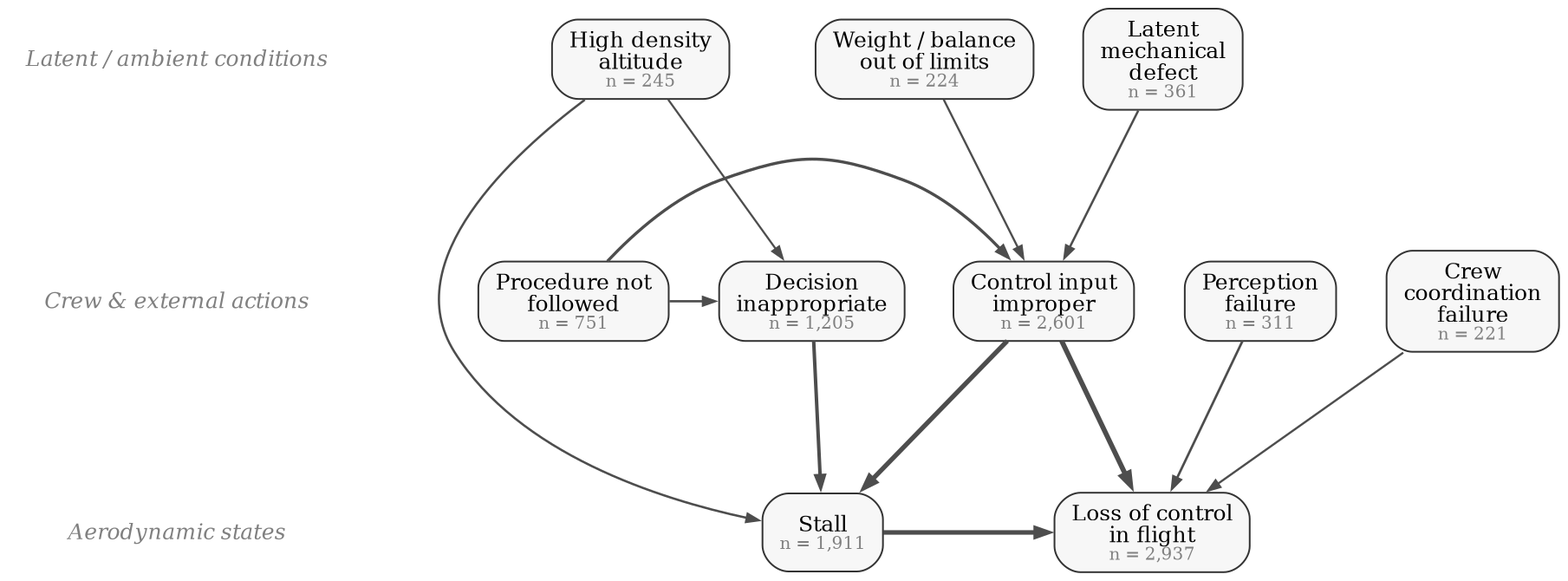
Above: event_extraction/out/causation_kg/figures/dag_LOC-I_top.png in YutianPangASU/AviationSafetyReportKnowledgeGraph (Graphviz), before the change. Its source is kept beside it as event_extraction/out/causation_kg/figures/dag_LOC-I_top.gv.
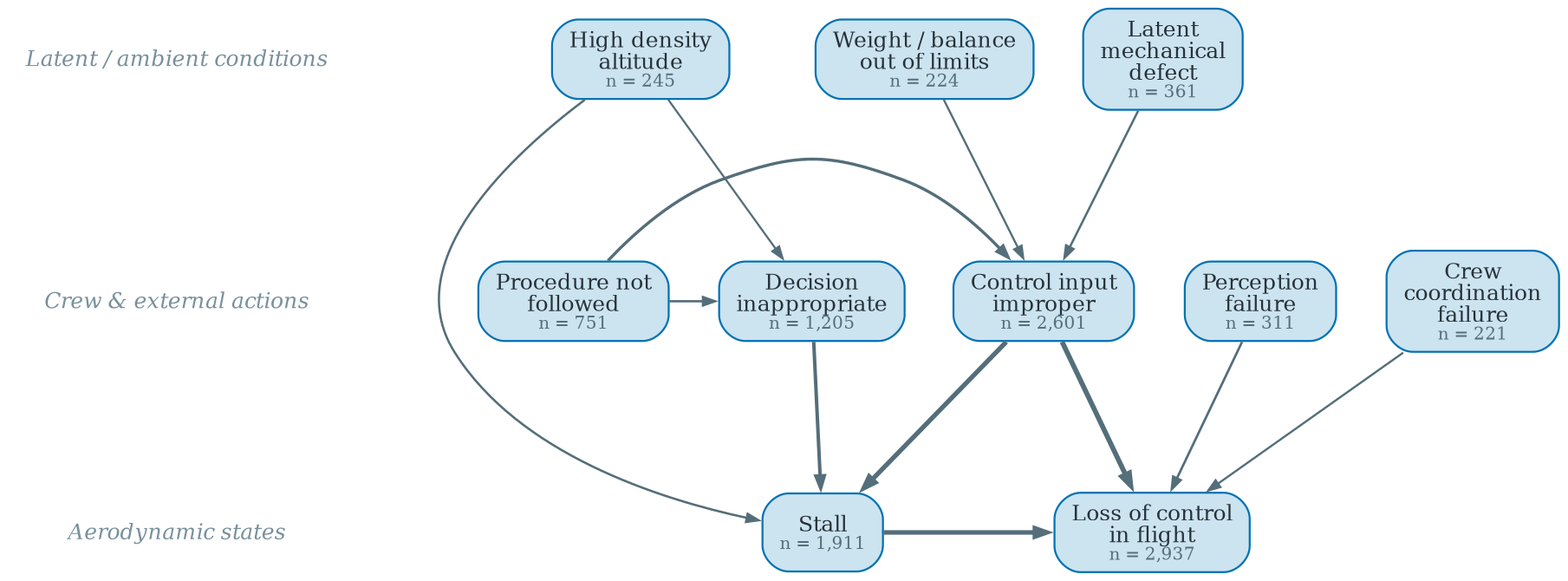
After the change.

The edit, as a diff of the source:
```diff
@@ -1,26 +1,26 @@
 digraph G {
   rankdir=TB; splines=spline; nodesep=0.32; ranksep=0.9;
   bgcolor="white";
-  node [shape=box, style="rounded,filled", fillcolor="#f7f7f7", color="#333333", penwidth=0.8, fontname="Times-Roman", fontsize=10, margin="0.11,0.06"];
-  edge [color="#4d4d4d", arrowsize=0.55, fontname="Times-Roman", fontsize=8, fontcolor="#4d4d4d"];
-  tier1 [shape=plaintext, style="", fillcolor=none, fontname="Times-Italic", fontsize=10, fontcolor="#808080", label="Latent / ambient conditions"];
+  node [shape=box, style="rounded,filled", fillcolor="#CCE3F0", color="#0072B2", penwidth=0.9, fontname="Times-Roman", fontsize=10, fontcolor="#263238", margin="0.11,0.06"];
+  edge [color="#546E7A", arrowsize=0.55, fontname="Times-Roman", fontsize=8, fontcolor="#546E7A"];
+  tier1 [shape=plaintext, style="", fillcolor=none, fontname="Times-Italic", fontsize=10, fontcolor="#78909C", label="Latent / ambient conditions"];
   { rank=same; tier1; "LATENT_MECHANICAL_DEFECT" "AIRCRAFT_WEIGHT_OR_BALANCE_OUT_OF_LIMITS" "HIGH_DENSITY_ALTITUDE" }
-  tier3 [shape=plaintext, style="", fillcolor=none, fontname="Times-Italic", fontsize=10, fontcolor="#808080", label="Crew & external actions"];
+  tier3 [shape=plaintext, style="", fillcolor=none, fontname="Times-Italic", fontsize=10, fontcolor="#78909C", label="Crew & external actions"];
   { rank=same; tier3; "DECISION_INAPPROPRIATE" "CONTROL_INPUT_IMPROPER" "PROCEDURE_NOT_FOLLOWED" "PERCEPTION_FAILURE" "CREW_COORDINATION_FAILURE" }
   tier1 -> tier3 [style=invis];
-  tier5 [shape=plaintext, style="", fillcolor=none, fontname="Times-Italic", fontsize=10, fontcolor="#808080", label="Aerodynamic states"];
+  tier5 [shape=plaintext, style="", fillcolor=none, fontname="Times-Italic", fontsize=10, fontcolor="#78909C", label="Aerodynamic states"];
   { rank=same; tier5; "STALL" "LOSS_OF_CONTROL_INFLIGHT" }
   tier3 -> tier5 [style=invis];
-  "AIRCRAFT_WEIGHT_OR_BALANCE_OUT_OF_LIMITS" [label=<Weight / balance<br/>out of limits<br/><font point-size="8" color="#808080">n = 224</font>>];
-  "CONTROL_INPUT_IMPROPER" [label=<Control input<br/>improper<br/><font point-size="8" color="#808080">n = 2,601</font>>];
-  "CREW_COORDINATION_FAILURE" [label=<Crew<br/>coordination<br/>failure<br/><font point-size="8" color="#808080">n = 221</font>>];
-  "DECISION_INAPPROPRIATE" [label=<Decision<br/>inappropriate<br/><font point-size="8" color="#808080">n = 1,205</font>>];
-  "HIGH_DENSITY_ALTITUDE" [label=<High density<br/>altitude<br/><font point-size="8" color="#808080">n = 245</font>>];
-  "LATENT_MECHANICAL_DEFECT" [label=<Latent<br/>mechanical<br/>defect<br/><font point-size="8" color="#808080">n = 361</font>>];
-  "LOSS_OF_CONTROL_INFLIGHT" [label=<Loss of control<br/>in flight<br/><font point-size="8" color="#808080">n = 2,937</font>>];
-  "PERCEPTION_FAILURE" [label=<Perception<br/>failure<br/><font point-size="8" color="#808080">n = 311</font>>];
-  "PROCEDURE_NOT_FOLLOWED" [label=<Procedure not<br/>followed<br/><font point-size="8" color="#808080">n = 751</font>>];
-  "STALL" [label=<Stall<br/><font point-size="8" color="#808080">n = 1,911</font>>];
+  "AIRCRAFT_WEIGHT_OR_BALANCE_OUT_OF_LIMITS" [label=<Weight / balance<br/>out of limits<br/><font point-size="8" color="#546E7A">n = 224</font>>];
+  "CONTROL_INPUT_IMPROPER" [label=<Control input<br/>improper<br/><font point-size="8" color="#546E7A">n = 2,601</font>>];
+  "CREW_COORDINATION_FAILURE" [label=<Crew<br/>coordination<br/>failure<br/><font point-size="8" color="#546E7A">n = 221</font>>];
+  "DECISION_INAPPROPRIATE" [label=<Decision<br/>inappropriate<br/><font point-size="8" color="#546E7A">n = 1,205</font>>];
+  "HIGH_DENSITY_ALTITUDE" [label=<High density<br/>altitude<br/><font point-size="8" color="#546E7A">n = 245</font>>];
+  "LATENT_MECHANICAL_DEFECT" [label=<Latent<br/>mechanical<br/>defect<br/><font point-size="8" color="#546E7A">n = 361</font>>];
+  "LOSS_OF_CONTROL_INFLIGHT" [label=<Loss of control<br/>in flight<br/><font point-size="8" color="#546E7A">n = 2,937</font>>];
+  "PERCEPTION_FAILURE" [label=<Perception<br/>failure<br/><font point-size="8" color="#546E7A">n = 311</font>>];
+  "PROCEDURE_NOT_FOLLOWED" [label=<Procedure not<br/>followed<br/><font point-size="8" color="#546E7A">n = 751</font>>];
+  "STALL" [label=<Stall<br/><font point-size="8" color="#546E7A">n = 1,911</font>>];
   "CONTROL_INPUT_IMPROPER" -> "LOSS_OF_CONTROL_INFLIGHT" [penwidth=2.30, style=solid, tooltip="CONTROL_INPUT_IMPROPER -> LOSS_OF_CONTROL_INFLIGHT: support 1,830, stability 0.00"];
   "CONTROL_INPUT_IMPROPER" -> "STALL" [penwidth=2.16, style=solid, tooltip="CONTROL_INPUT_IMPROPER -> STALL: support 1,560, stability 0.00"];
   "STALL" -> "LOSS_OF_CONTROL_INFLIGHT" [penwidth=2.08, style=solid, tooltip="STALL -> LOSS_OF_CONTROL_INFLIGHT: support 1,407, stability 0.00"];
```
